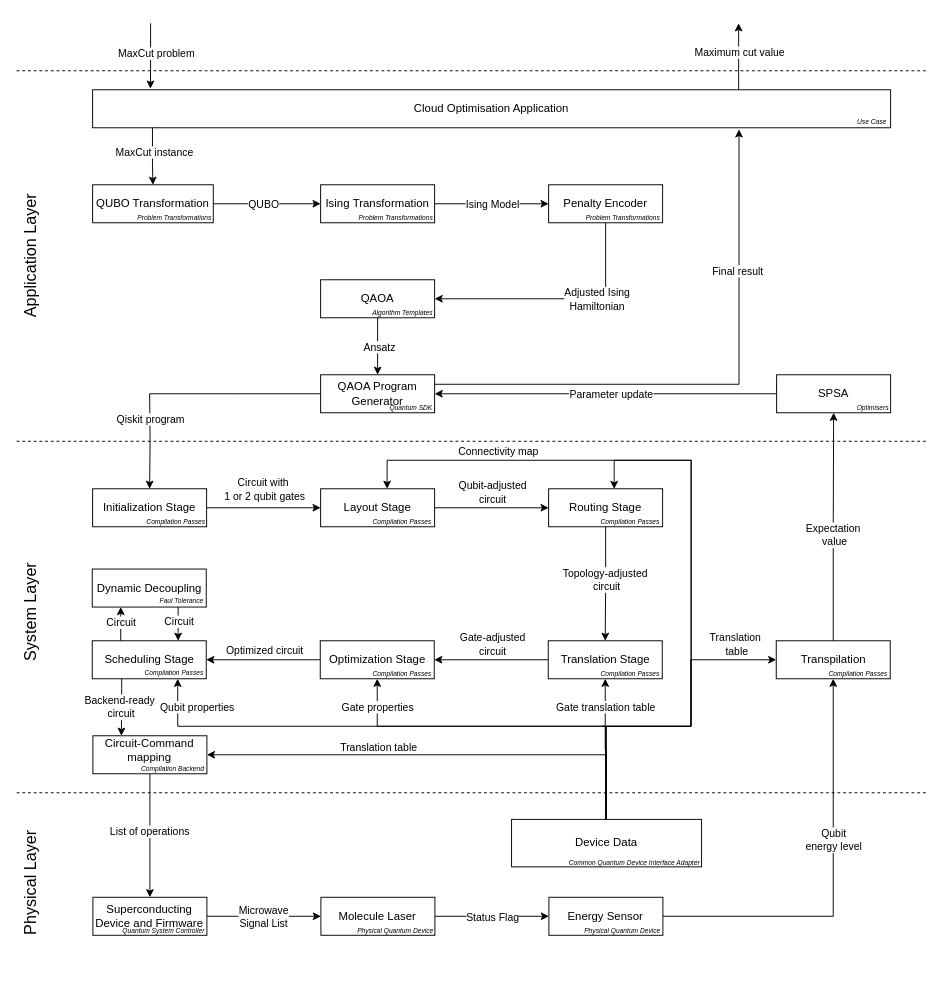
Earlier version of the draw.io diagram page "scenario2" (2 of 4) of docs/scenario-based-analysis/images/scenarios.drawio (FullStaQD/architecture). Source tidied: cells renumbered, new cells numbered last; positions are measured from the earlier drawing's top-left corner, leaving out a move shared by most shapes. Both pictures are drawn from the tidied source at 95%, with x=0, y=0 at pixel (-50, 23).
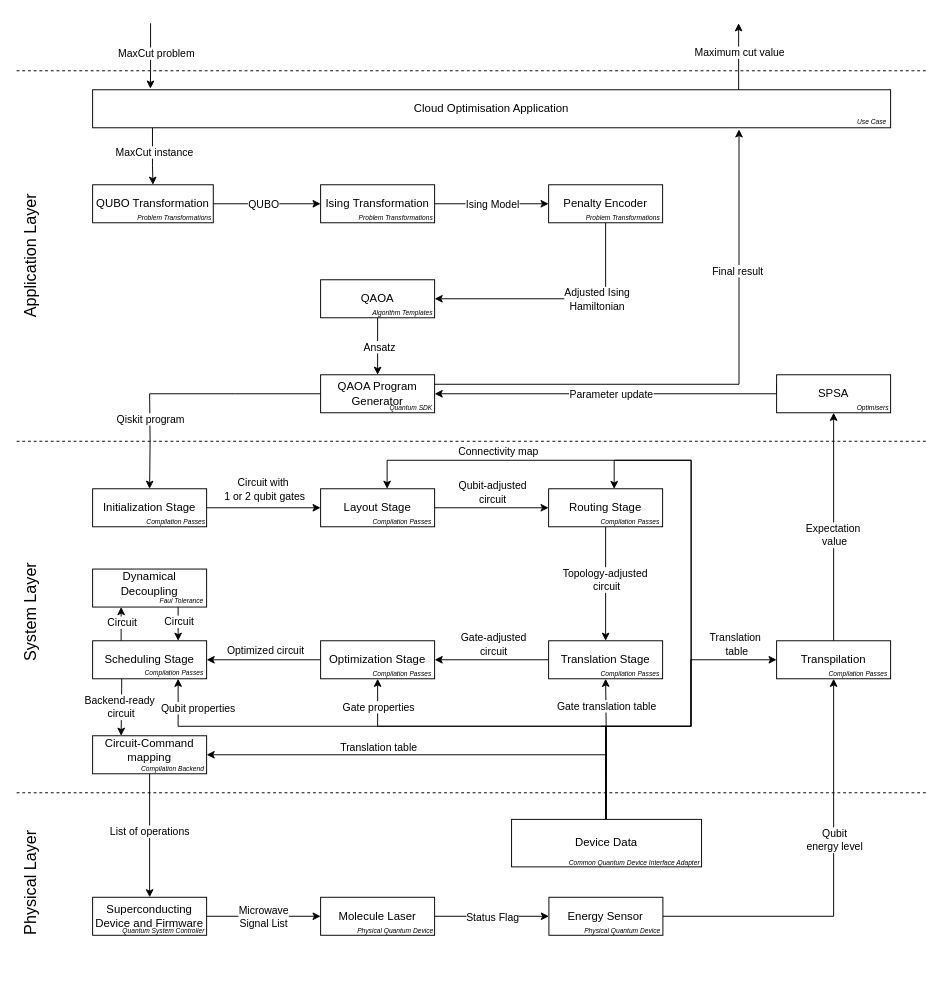
The same diagram, later.

Commit message (it also covers changes not shown here):
dynamic -> dynamical

The edit, as a diff of the source:
```diff
@@
     <mxCell id="34" value="Translation Stage" style="rounded=0;whiteSpace=wrap;html=1;" parent="1" vertex="1">
-      <mxGeometry x="629.6" y="650" width="120" height="40" as="geometry" />
+      <mxGeometry x="630" y="650" width="120" height="40" as="geometry" />
     </mxCell>
@@
     <mxCell id="37" value="Optimization Stage" style="rounded=0;whiteSpace=wrap;html=1;" parent="1" vertex="1">
-      <mxGeometry x="389.6" y="650" width="120" height="40" as="geometry" />
+      <mxGeometry x="390" y="650" width="120" height="40" as="geometry" />
     </mxCell>
@@
     <mxCell id="42" value="Scheduling Stage" style="rounded=0;whiteSpace=wrap;html=1;" parent="1" vertex="1">
-      <mxGeometry x="149.6" y="650" width="120" height="40" as="geometry" />
+      <mxGeometry x="150" y="650" width="120" height="40" as="geometry" />
     </mxCell>
@@
     <mxCell id="48" value="Molecule Laser" style="rounded=0;whiteSpace=wrap;html=1;" parent="1" vertex="1">
-      <mxGeometry x="390.3" y="920" width="120" height="40" as="geometry" />
+      <mxGeometry x="390" y="920" width="120" height="40" as="geometry" />
     </mxCell>
@@
     <mxCell id="51" value="Superconducting&lt;div&gt;Device and Firmware&lt;/div&gt;" style="rounded=0;whiteSpace=wrap;html=1;" parent="1" vertex="1">
-      <mxGeometry x="150.3" y="920" width="120" height="40" as="geometry" />
+      <mxGeometry x="150" y="920" width="120" height="40" as="geometry" />
     </mxCell>
@@
     <mxCell id="66" value="Transpilation" style="rounded=0;whiteSpace=wrap;html=1;" parent="1" vertex="1">
-      <mxGeometry x="869.6" y="650" width="120" height="40" as="geometry" />
+      <mxGeometry x="870" y="650" width="120" height="40" as="geometry" />
     </mxCell>
@@
     <mxCell id="81" style="rounded=0;whiteSpace=wrap;html=1;align=center;" parent="1" vertex="1">
-      <mxGeometry x="150.3" y="750" width="120" height="40" as="geometry" />
+      <mxGeometry x="150" y="750" width="120" height="40" as="geometry" />
     </mxCell>
@@
-    <mxCell id="85" value="Dynamic Decoupling" style="rounded=0;whiteSpace=wrap;html=1;" parent="1" vertex="1">
-      <mxGeometry x="149.6" y="574.5" width="120" height="40" as="geometry" />
+    <mxCell id="85" style="rounded=0;whiteSpace=wrap;html=1;" parent="1" vertex="1">
+      <mxGeometry x="150" y="574.5" width="120" height="40" as="geometry" />
     </mxCell>
@@
+    <mxCell id="109" value="Dynamical Decoupling" style="text;html=1;whiteSpace=wrap;strokeColor=none;fillColor=none;align=center;verticalAlign=middle;rounded=0;" parent="1" vertex="1">
+      <mxGeometry x="180.3" y="574.5" width="60" height="30" as="geometry" />
+    </mxCell>
```
